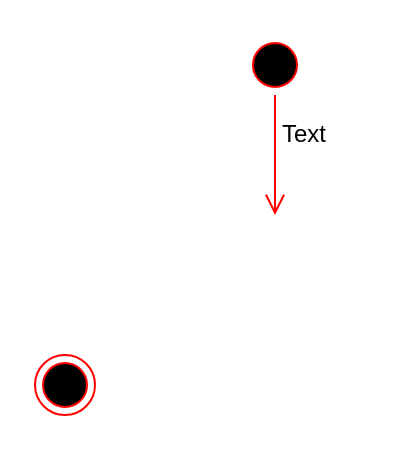
Before: page "状态图" (12 of 12) of 毕业设计/毕业设计.drawio in bosombaby/draw-store, a draw.io diagram. Source tidied: cells renumbered, new cells numbered last; positions are measured from the earlier drawing's top-left corner, leaving out a move shared by most shapes. Both pictures are drawn from the tidied source at 200%, with x=0, y=0 at pixel (34, 34).
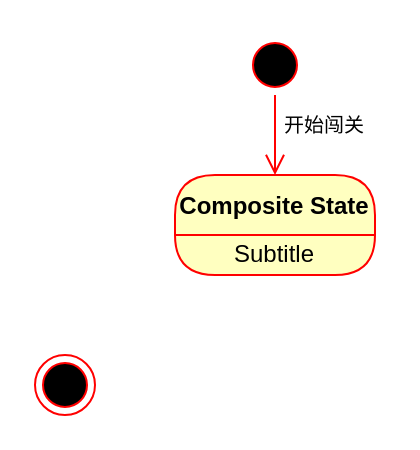
Above is the later version.

Commit message (it also covers changes not shown here):
更新毕业设计.drawio

Diff of the diagram source:
```diff
@@
 <mxGraphModel>
   <root>
     <mxCell id="0" />
     <mxCell id="1" parent="0" />
     <mxCell id="2" style="ellipse;html=1;shape=endState;fillColor=#000000;strokeColor=#ff0000;" parent="1" vertex="1">
       <mxGeometry y="160" width="30" height="30" as="geometry" />
     </mxCell>
     <mxCell id="3" style="ellipse;html=1;shape=startState;fillColor=#000000;strokeColor=#ff0000;" parent="1" vertex="1">
       <mxGeometry x="105" width="30" height="30" as="geometry" />
     </mxCell>
     <mxCell id="4" style="edgeStyle=orthogonalEdgeStyle;html=1;verticalAlign=bottom;endArrow=open;endSize=8;strokeColor=#ff0000;rounded=0;" parent="1" edge="1" source="3">
       <mxGeometry relative="1" as="geometry">
-        <mxPoint x="120" y="90" as="targetPoint" />
+        <mxPoint x="120" y="70" as="targetPoint" />
       </mxGeometry>
     </mxCell>
-    <mxCell id="5" value="Text" style="text;html=1;align=center;verticalAlign=middle;whiteSpace=wrap;rounded=0;" parent="1" vertex="1">
-      <mxGeometry x="120" y="30" width="30" height="40" as="geometry" />
+    <mxCell id="5" value="&lt;font style=&quot;font-size: 10px;&quot;&gt;开始闯关&lt;/font&gt;" style="text;html=1;align=center;verticalAlign=middle;whiteSpace=wrap;rounded=0;" parent="1" vertex="1">
+      <mxGeometry x="115" y="35" width="60" height="20" as="geometry" />
     </mxCell>
+    <mxCell id="6" value="Composite State" style="swimlane;fontStyle=1;align=center;verticalAlign=middle;horizontal=1;startSize=30;fontColor=#000000;rounded=1;arcSize=30;strokeColor=#ff0000;fillColor=#ffffc0;swimlaneFillColor=#ffffc0;" parent="1" vertex="1">
+      <mxGeometry x="70" y="70" width="100" height="50" as="geometry" />
+    </mxCell>
+    <mxCell id="7" value="Subtitle" style="text;html=1;strokeColor=none;fillColor=none;align=center;verticalAlign=middle;spacingLeft=4;spacingRight=4;whiteSpace=wrap;overflow=hidden;fontColor=#000000;" parent="6" vertex="1">
+      <mxGeometry y="30" width="100" height="20" as="geometry" />
+    </mxCell>
   </root>
 </mxGraphModel>
```
